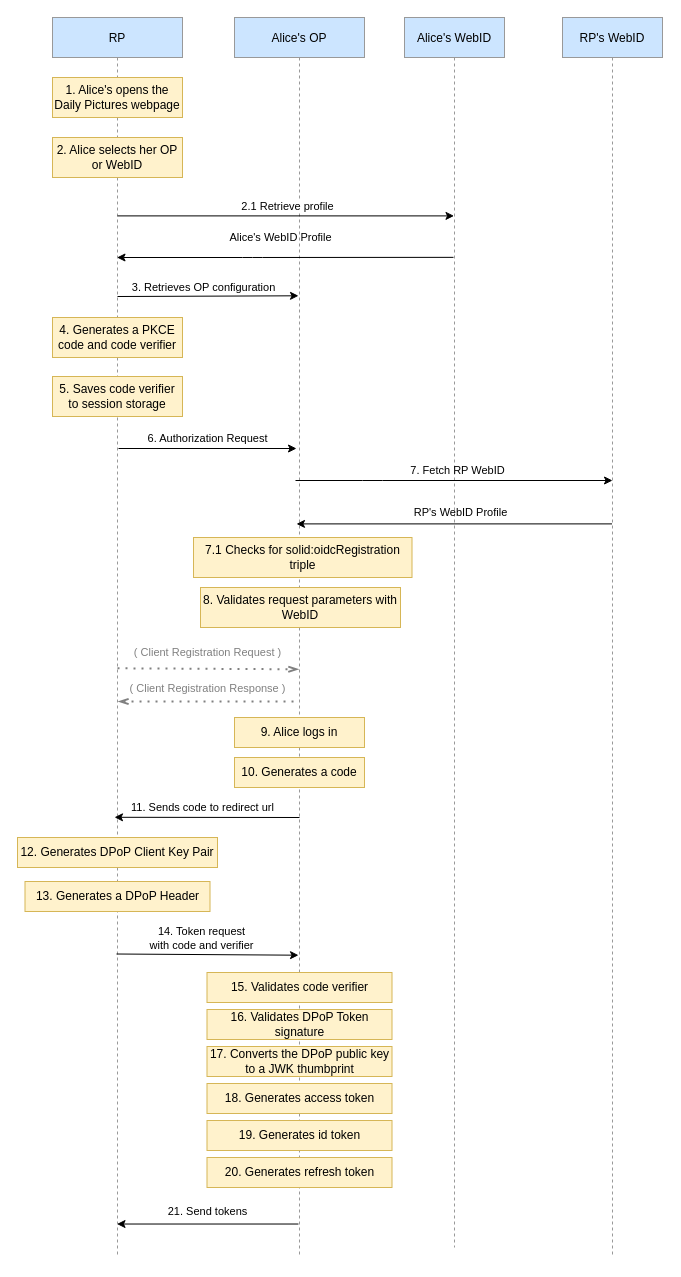
Above: docs/modules/knowledge/img/solid-oidc-flow.drawio in digita-ai/dgt-id-broker (draw.io), before the change. Source tidied: cells renumbered, new cells numbered last; positions are measured from the earlier drawing's top-left corner, leaving out a move shared by most shapes. Both pictures are drawn from the tidied source at 100%, with x=0, y=0 at pixel (17, 17).
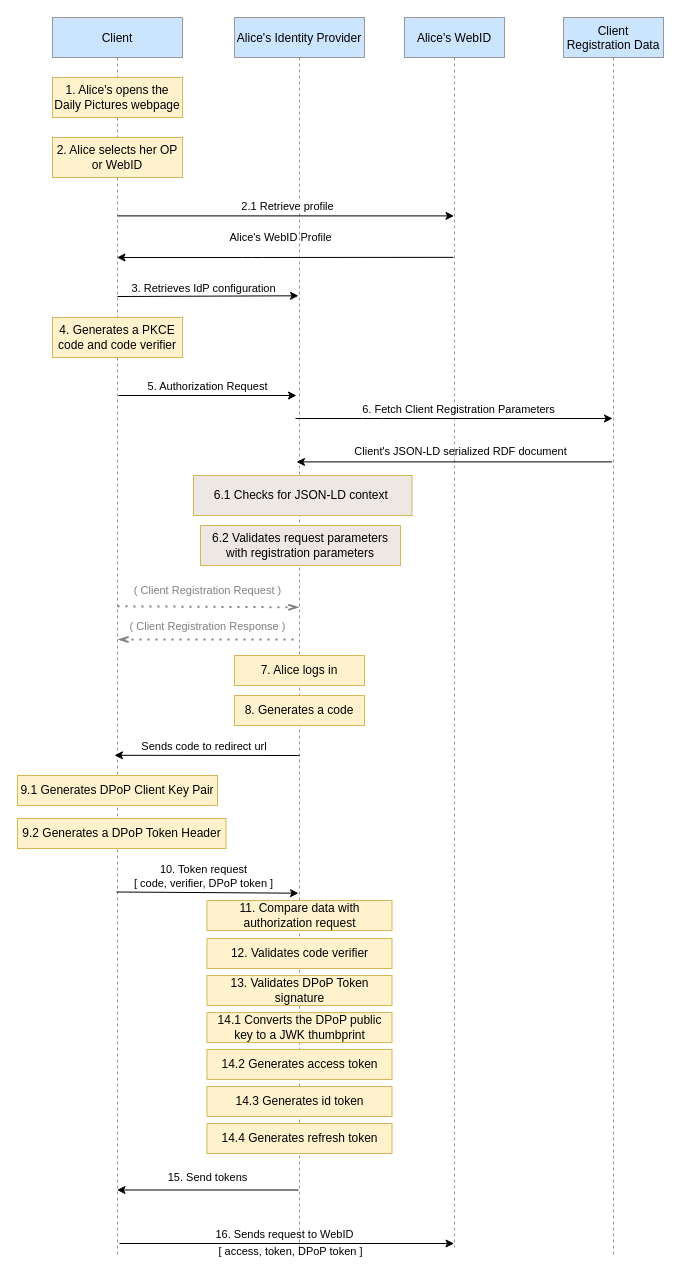
Above is the later version.

Commit message (it also covers changes not shown here):
docs: updated flow charts + changed img format

The edit, as a diff of the source:
```diff
@@
-    <mxCell id="2" value="RP" style="shape=umlLifeline;perimeter=lifelinePerimeter;rounded=0;shadow=0;strokeWidth=1;fillColor=#cce5ff;strokeColor=#999999;" parent="1" vertex="1">
+    <mxCell id="2" value="Client" style="shape=umlLifeline;perimeter=lifelinePerimeter;rounded=0;shadow=0;strokeWidth=1;fillColor=#cce5ff;strokeColor=#999999;" parent="1" vertex="1">
       <mxGeometry x="35" width="130" height="1240" as="geometry" />
     </mxCell>
@@
-    <mxCell id="4" value="5. Saves code verifier to session storage" style="rounded=0;whiteSpace=wrap;html=1;fillColor=#fff2cc;strokeColor=#d6b656;" parent="2" vertex="1">
-      <mxGeometry y="359" width="130" height="40" as="geometry" />
-    </mxCell>
-    <mxCell id="5" value="Alice's OP" style="shape=umlLifeline;perimeter=lifelinePerimeter;rounded=0;shadow=0;strokeWidth=1;fillColor=#cce5ff;strokeColor=#999999;" parent="1" vertex="1">
+    <mxCell id="5" value="Alice's Identity Provider" style="shape=umlLifeline;perimeter=lifelinePerimeter;rounded=0;shadow=0;strokeWidth=1;fillColor=#cce5ff;strokeColor=#999999;" parent="1" vertex="1">
       <mxGeometry x="217" width="130" height="1240" as="geometry" />
     </mxCell>
-    <mxCell id="6" value="3. Retrieves OP configuration" style="text;html=1;align=center;verticalAlign=middle;strokeColor=none;fontSize=11;fontColor=#000000;" parent="5" vertex="1">
-      <mxGeometry x="-111" y="260" width="160" height="20" as="geometry" />
+    <mxCell id="6" value="3. Retrieves IdP configuration" style="text;html=1;align=center;verticalAlign=middle;strokeColor=none;fontSize=11;fontColor=#000000;" parent="5" vertex="1">
+      <mxGeometry x="-108" y="262" width="154" height="17" as="geometry" />
     </mxCell>
-    <mxCell id="7" value="7.1 Checks for solid:oidcRegistration triple" style="rounded=0;whiteSpace=wrap;html=1;fillColor=#fff2cc;strokeColor=#d6b656;" parent="5" vertex="1">
-      <mxGeometry x="-41" y="520" width="218.5" height="40" as="geometry" />
+    <mxCell id="7" value="6.1 Checks for JSON-LD context&amp;nbsp;" style="rounded=0;whiteSpace=wrap;html=1;strokeColor=#d6b656;fillColor=#EDE8E4;" parent="5" vertex="1">
+      <mxGeometry x="-41" y="458" width="218.5" height="40" as="geometry" />
     </mxCell>
-    <mxCell id="8" value="8. Validates request parameters with WebID" style="rounded=0;whiteSpace=wrap;html=1;fillColor=#fff2cc;strokeColor=#d6b656;" parent="5" vertex="1">
-      <mxGeometry x="-34" y="570" width="200" height="40" as="geometry" />
+    <mxCell id="8" value="6.2 Validates request parameters with registration parameters" style="rounded=0;whiteSpace=wrap;html=1;strokeColor=#d6b656;fillColor=#EDE8E4;" parent="5" vertex="1">
+      <mxGeometry x="-34" y="508" width="200" height="40" as="geometry" />
     </mxCell>
@@
-    <mxCell id="12" value="RP's WebID" style="shape=umlLifeline;perimeter=lifelinePerimeter;rounded=0;shadow=0;strokeWidth=1;fillColor=#cce5ff;strokeColor=#999999;" parent="1" vertex="1">
-      <mxGeometry x="545" width="100" height="1240" as="geometry" />
+    <mxCell id="12" value="Client &#10;Registration Data" style="shape=umlLifeline;perimeter=lifelinePerimeter;rounded=0;shadow=0;strokeWidth=1;fillColor=#cce5ff;strokeColor=#999999;" parent="1" vertex="1">
+      <mxGeometry x="546" width="100" height="1240" as="geometry" />
     </mxCell>
@@
     <mxCell id="17" style="endArrow=classic;html=1;fontSize=11;fontColor=#000000;exitX=0.508;exitY=0.465;exitDx=0;exitDy=0;exitPerimeter=0;entryX=0.496;entryY=0.465;entryDx=0;entryDy=0;entryPerimeter=0;" parent="1" edge="1">
       <mxGeometry relative="1" as="geometry">
-        <mxPoint x="101" y="431" as="sourcePoint" />
-        <mxPoint x="279" y="431" as="targetPoint" />
+        <mxPoint x="101" y="378" as="sourcePoint" />
+        <mxPoint x="279" y="378" as="targetPoint" />
       </mxGeometry>
     </mxCell>
-    <mxCell id="18" value="6. Authorization Request" style="text;html=1;align=center;verticalAlign=middle;strokeColor=none;fontSize=11;fontColor=#000000;" parent="1" vertex="1">
-      <mxGeometry x="120" y="411" width="140" height="20" as="geometry" />
+    <mxCell id="18" value="5. Authorization Request" style="text;html=1;align=center;verticalAlign=middle;strokeColor=none;fontSize=11;fontColor=#000000;" parent="1" vertex="1">
+      <mxGeometry x="125" y="360" width="130" height="17" as="geometry" />
     </mxCell>
     <mxCell id="19" style="endArrow=openThin;dashed=1;html=1;dashPattern=1 3;strokeWidth=2;fontSize=11;endFill=0;fontColor=#808080;strokeColor=#808080;exitX=0.5;exitY=0.52;exitDx=0;exitDy=0;exitPerimeter=0;entryX=0.512;entryY=0.449;entryDx=0;entryDy=0;entryPerimeter=0;" parent="1" edge="1">
       <mxGeometry relative="1" as="geometry">
-        <mxPoint x="100" y="650.8" as="sourcePoint" />
-        <mxPoint x="281" y="651.8" as="targetPoint" />
+        <mxPoint x="100" y="588.8" as="sourcePoint" />
+        <mxPoint x="281" y="589.8" as="targetPoint" />
       </mxGeometry>
     </mxCell>
     <mxCell id="20" value="( Client Registration Request )" style="text;html=1;align=center;verticalAlign=middle;strokeColor=none;fontSize=11;fontColor=#808080;" parent="1" vertex="1">
-      <mxGeometry x="110" y="625" width="160" height="20" as="geometry" />
+      <mxGeometry x="110" y="563" width="160" height="20" as="geometry" />
     </mxCell>
     <mxCell id="21" value="( Client Registration Response )" style="text;html=1;align=center;verticalAlign=middle;points=[];strokeColor=none;fontSize=11;fontColor=#808080;" parent="1" vertex="1">
-      <mxGeometry x="105" y="661" width="170" height="20" as="geometry" />
+      <mxGeometry x="105" y="599" width="170" height="20" as="geometry" />
     </mxCell>
@@
     <mxCell id="23" style="endArrow=classic;html=1;fontSize=11;fontColor=#808080;" parent="1" edge="1">
       <mxGeometry relative="1" as="geometry">
-        <mxPoint x="278" y="463" as="sourcePoint" />
-        <mxPoint x="595" y="463" as="targetPoint" />
+        <mxPoint x="278" y="401" as="sourcePoint" />
+        <mxPoint x="595" y="401" as="targetPoint" />
         <Array as="points">
-          <mxPoint x="355" y="463" />
+          <mxPoint x="355" y="401" />
         </Array>
       </mxGeometry>
     </mxCell>
-    <mxCell id="24" value="&lt;font color=&quot;#000000&quot;&gt;7. Fetch RP WebID&lt;/font&gt;" style="text;html=1;align=center;verticalAlign=middle;strokeColor=none;fontSize=11;fontColor=#808080;" parent="1" vertex="1">
-      <mxGeometry x="385" y="443" width="110" height="20" as="geometry" />
+    <mxCell id="24" value="&lt;font color=&quot;#000000&quot;&gt;6. Fetch Client Registration Parameters&lt;/font&gt;" style="text;html=1;align=center;verticalAlign=middle;strokeColor=none;fontSize=11;fontColor=#808080;" parent="1" vertex="1">
+      <mxGeometry x="339" y="383" width="203" height="17" as="geometry" />
     </mxCell>
     <mxCell id="25" style="endArrow=classic;html=1;fontSize=11;fontColor=#808080;strokeColor=#000000;entryX=0.496;entryY=0.485;entryDx=0;entryDy=0;entryPerimeter=0;" parent="1" edge="1">
       <mxGeometry relative="1" as="geometry">
-        <mxPoint x="594.5" y="506.4" as="sourcePoint" />
-        <mxPoint x="279" y="506.4" as="targetPoint" />
+        <mxPoint x="594.5" y="444.4" as="sourcePoint" />
+        <mxPoint x="279" y="444.4" as="targetPoint" />
       </mxGeometry>
     </mxCell>
-    <mxCell id="26" value="&lt;font color=&quot;#000000&quot;&gt;RP's WebID Profile&lt;/font&gt;" style="text;html=1;align=center;verticalAlign=middle;strokeColor=none;fontSize=11;fontColor=#808080;" parent="1" vertex="1">
-      <mxGeometry x="388" y="485" width="110" height="20" as="geometry" />
+    <mxCell id="26" value="&lt;font color=&quot;#000000&quot;&gt;Client's JSON-LD serialized RDF document&lt;/font&gt;" style="text;html=1;align=center;verticalAlign=middle;strokeColor=none;fontSize=11;fontColor=#808080;" parent="1" vertex="1">
+      <mxGeometry x="332" y="425" width="222" height="17" as="geometry" />
     </mxCell>
-    <mxCell id="27" value="9. Alice logs in" style="rounded=0;whiteSpace=wrap;html=1;fillColor=#fff2cc;strokeColor=#d6b656;" parent="1" vertex="1">
-      <mxGeometry x="217" y="700" width="130" height="30" as="geometry" />
+    <mxCell id="27" value="7. Alice logs in" style="rounded=0;whiteSpace=wrap;html=1;fillColor=#fff2cc;strokeColor=#d6b656;" parent="1" vertex="1">
+      <mxGeometry x="217" y="638" width="130" height="30" as="geometry" />
     </mxCell>
-    <mxCell id="28" value="10. Generates a code" style="rounded=0;whiteSpace=wrap;html=1;fillColor=#fff2cc;strokeColor=#d6b656;" parent="1" vertex="1">
-      <mxGeometry x="217" y="740" width="130" height="30" as="geometry" />
+    <mxCell id="28" value="8. Generates a code" style="rounded=0;whiteSpace=wrap;html=1;fillColor=#fff2cc;strokeColor=#d6b656;" parent="1" vertex="1">
+      <mxGeometry x="217" y="678" width="130" height="30" as="geometry" />
     </mxCell>
-    <mxCell id="29" style="endArrow=classic;html=1;fontSize=11;fontColor=#808080;strokeColor=#000000;entryX=0.477;entryY=0.645;entryDx=0;entryDy=0;entryPerimeter=0;" parent="1" edge="1" target="2">
+    <mxCell id="29" style="endArrow=classic;html=1;fontSize=11;fontColor=#808080;strokeColor=#000000;entryX=0.477;entryY=0.645;entryDx=0;entryDy=0;entryPerimeter=0;" parent="1" edge="1">
       <mxGeometry relative="1" as="geometry">
-        <mxPoint x="282" y="800" as="sourcePoint" />
+        <mxPoint x="282" y="738" as="sourcePoint" />
+        <mxPoint x="97" y="737.8" as="targetPoint" />
       </mxGeometry>
     </mxCell>
-    <mxCell id="30" value="&lt;font color=&quot;#000000&quot;&gt;11. Sends code to redirect url&lt;/font&gt;" style="text;html=1;align=center;verticalAlign=middle;strokeColor=none;fontSize=11;fontColor=#808080;" parent="1" vertex="1">
-      <mxGeometry x="105" y="780" width="160" height="20" as="geometry" />
+    <mxCell id="30" value="&lt;font color=&quot;#000000&quot;&gt;&amp;nbsp;Sends code to redirect url&lt;/font&gt;" style="text;html=1;align=center;verticalAlign=middle;strokeColor=none;fontSize=11;fontColor=#808080;" parent="1" vertex="1">
+      <mxGeometry x="116" y="720" width="138" height="17" as="geometry" />
     </mxCell>
-    <mxCell id="31" value="12. Generates DPoP Client Key Pair" style="rounded=0;whiteSpace=wrap;html=1;fillColor=#fff2cc;strokeColor=#d6b656;" parent="1" vertex="1">
-      <mxGeometry y="820" width="200" height="30" as="geometry" />
+    <mxCell id="31" value="9.1 Generates DPoP Client Key Pair" style="rounded=0;whiteSpace=wrap;html=1;fillColor=#fff2cc;strokeColor=#d6b656;" parent="1" vertex="1">
+      <mxGeometry y="758" width="200" height="30" as="geometry" />
     </mxCell>
-    <mxCell id="32" value="13. Generates a DPoP Header" style="rounded=0;whiteSpace=wrap;html=1;fillColor=#fff2cc;strokeColor=#d6b656;" parent="1" vertex="1">
-      <mxGeometry x="7.5" y="864" width="185" height="30" as="geometry" />
+    <mxCell id="32" value="9.2 Generates a DPoP Token Header" style="rounded=0;whiteSpace=wrap;html=1;fillColor=#fff2cc;strokeColor=#d6b656;" parent="1" vertex="1">
+      <mxGeometry y="801" width="208.5" height="30" as="geometry" />
     </mxCell>
     <mxCell id="33" style="endArrow=classic;html=1;fontSize=11;fontColor=#808080;strokeColor=#000000;exitX=0.492;exitY=0.752;exitDx=0;exitDy=0;exitPerimeter=0;entryX=0.492;entryY=0.753;entryDx=0;entryDy=0;entryPerimeter=0;" parent="1" edge="1">
       <mxGeometry relative="1" as="geometry">
-        <mxPoint x="99" y="936.5" as="sourcePoint" />
-        <mxPoint x="281" y="937.7" as="targetPoint" />
+        <mxPoint x="99" y="874.5" as="sourcePoint" />
+        <mxPoint x="281" y="875.7" as="targetPoint" />
       </mxGeometry>
     </mxCell>
-    <mxCell id="34" value="&lt;font color=&quot;#000000&quot;&gt;14. Token request &lt;br&gt;with code and verifier&lt;/font&gt;" style="text;html=1;align=center;verticalAlign=middle;strokeColor=none;fontSize=11;fontColor=#808080;" parent="1" vertex="1">
-      <mxGeometry x="127" y="906" width="114" height="30" as="geometry" />
+    <mxCell id="34" value="&lt;font color=&quot;#000000&quot;&gt;10. Token request&lt;br&gt;[ code, verifier, DPoP token ]&lt;/font&gt;" style="text;html=1;align=center;verticalAlign=middle;strokeColor=none;fontSize=11;fontColor=#808080;" parent="1" vertex="1">
+      <mxGeometry x="111" y="844" width="149" height="30" as="geometry" />
     </mxCell>
-    <mxCell id="35" value="15. Validates code verifier" style="rounded=0;whiteSpace=wrap;html=1;fillColor=#fff2cc;strokeColor=#d6b656;" parent="1" vertex="1">
-      <mxGeometry x="189.5" y="955" width="185" height="30" as="geometry" />
+    <mxCell id="35" value="12. Validates code verifier" style="rounded=0;whiteSpace=wrap;html=1;fillColor=#fff2cc;strokeColor=#d6b656;" parent="1" vertex="1">
+      <mxGeometry x="189.5" y="921" width="185" height="30" as="geometry" />
     </mxCell>
-    <mxCell id="36" value="16. Validates DPoP Token signature" style="rounded=0;whiteSpace=wrap;html=1;fillColor=#fff2cc;strokeColor=#d6b656;" parent="1" vertex="1">
-      <mxGeometry x="189.5" y="992" width="185" height="30" as="geometry" />
+    <mxCell id="36" value="13. Validates DPoP Token signature" style="rounded=0;whiteSpace=wrap;html=1;fillColor=#fff2cc;strokeColor=#d6b656;" parent="1" vertex="1">
+      <mxGeometry x="189.5" y="958" width="185" height="30" as="geometry" />
     </mxCell>
-    <mxCell id="37" value="17. Converts the DPoP public key to a JWK thumbprint" style="rounded=0;whiteSpace=wrap;html=1;fillColor=#fff2cc;strokeColor=#d6b656;" parent="1" vertex="1">
-      <mxGeometry x="189.5" y="1029" width="185" height="30" as="geometry" />
+    <mxCell id="37" value="14.1 Converts the DPoP public key to a JWK thumbprint" style="rounded=0;whiteSpace=wrap;html=1;fillColor=#fff2cc;strokeColor=#d6b656;" parent="1" vertex="1">
+      <mxGeometry x="189.5" y="995" width="185" height="30" as="geometry" />
     </mxCell>
-    <mxCell id="38" value="18. Generates access token" style="rounded=0;whiteSpace=wrap;html=1;fillColor=#fff2cc;strokeColor=#d6b656;" parent="1" vertex="1">
-      <mxGeometry x="189.5" y="1066" width="185" height="30" as="geometry" />
+    <mxCell id="38" value="14.2 Generates access token" style="rounded=0;whiteSpace=wrap;html=1;fillColor=#fff2cc;strokeColor=#d6b656;" parent="1" vertex="1">
+      <mxGeometry x="189.5" y="1032" width="185" height="30" as="geometry" />
     </mxCell>
-    <mxCell id="39" value="19. Generates id token" style="rounded=0;whiteSpace=wrap;html=1;fillColor=#fff2cc;strokeColor=#d6b656;" parent="1" vertex="1">
-      <mxGeometry x="189.5" y="1103" width="185" height="30" as="geometry" />
+    <mxCell id="39" value="14.3 Generates id token" style="rounded=0;whiteSpace=wrap;html=1;fillColor=#fff2cc;strokeColor=#d6b656;" parent="1" vertex="1">
+      <mxGeometry x="189.5" y="1069" width="185" height="30" as="geometry" />
     </mxCell>
-    <mxCell id="40" value="20. Generates refresh token" style="rounded=0;whiteSpace=wrap;html=1;fillColor=#fff2cc;strokeColor=#d6b656;" parent="1" vertex="1">
-      <mxGeometry x="189.5" y="1140" width="185" height="30" as="geometry" />
+    <mxCell id="40" value="14.4 Generates refresh token" style="rounded=0;whiteSpace=wrap;html=1;fillColor=#fff2cc;strokeColor=#d6b656;" parent="1" vertex="1">
+      <mxGeometry x="189.5" y="1106" width="185" height="30" as="geometry" />
     </mxCell>
-    <mxCell id="41" style="endArrow=classic;html=1;fontSize=11;fontColor=#808080;strokeColor=#000000;exitX=0.492;exitY=0.973;exitDx=0;exitDy=0;exitPerimeter=0;" parent="1" edge="1" source="5" target="2">
-      <mxGeometry relative="1" as="geometry" />
+    <mxCell id="41" style="endArrow=classic;html=1;fontSize=11;fontColor=#808080;strokeColor=#000000;exitX=0.492;exitY=0.973;exitDx=0;exitDy=0;exitPerimeter=0;" parent="1" edge="1">
+      <mxGeometry relative="1" as="geometry">
+        <mxPoint x="281" y="1172.5" as="sourcePoint" />
+        <mxPoint x="99.5" y="1172.5" as="targetPoint" />
+      </mxGeometry>
     </mxCell>
-    <mxCell id="42" value="&lt;font color=&quot;#000000&quot;&gt;21. Send tokens&lt;/font&gt;" style="text;html=1;align=center;verticalAlign=middle;strokeColor=none;fontSize=11;fontColor=#808080;" parent="1" vertex="1">
-      <mxGeometry x="145" y="1185" width="90" height="17" as="geometry" />
+    <mxCell id="42" value="&lt;font color=&quot;#000000&quot;&gt;15. Send tokens&lt;/font&gt;" style="text;html=1;align=center;verticalAlign=middle;strokeColor=none;fontSize=11;fontColor=#808080;" parent="1" vertex="1">
+      <mxGeometry x="145" y="1151" width="90" height="17" as="geometry" />
     </mxCell>
+    <mxCell id="43" style="endArrow=classic;html=1;fontSize=11;fontColor=#808080;strokeColor=#000000;exitX=0.492;exitY=0.752;exitDx=0;exitDy=0;exitPerimeter=0;" parent="1" edge="1">
+      <mxGeometry relative="1" as="geometry">
+        <mxPoint x="102" y="1226" as="sourcePoint" />
+        <mxPoint x="436.5" y="1226" as="targetPoint" />
+      </mxGeometry>
+    </mxCell>
+    <mxCell id="44" value="16. Sends request to WebID" style="text;html=1;align=center;verticalAlign=middle;strokeColor=none;fontSize=11;" parent="1" vertex="1">
+      <mxGeometry x="193" y="1208" width="148" height="17" as="geometry" />
+    </mxCell>
+    <mxCell id="45" value="[ access, token, DPoP token ]" style="text;html=1;align=center;verticalAlign=middle;strokeColor=none;fontSize=11;" parent="1" vertex="1">
+      <mxGeometry x="196" y="1225" width="154" height="17" as="geometry" />
+    </mxCell>
+    <mxCell id="46" value="11. Compare data with authorization request" style="rounded=0;whiteSpace=wrap;html=1;fillColor=#fff2cc;strokeColor=#d6b656;" parent="1" vertex="1">
+      <mxGeometry x="189.5" y="883" width="185" height="30" as="geometry" />
+    </mxCell>
```
